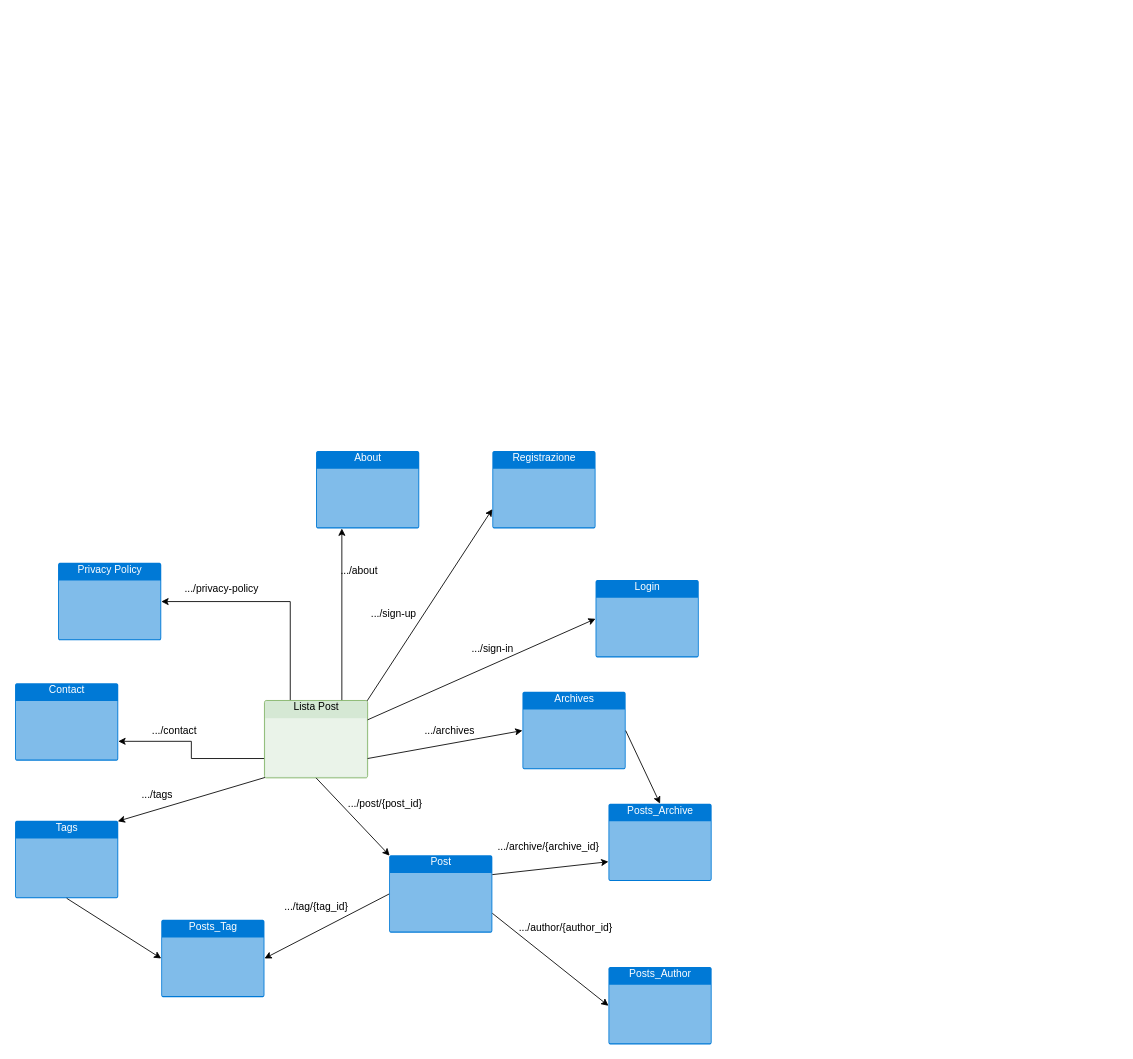
Before: page "Utenti non registrati" (1 of 3) of mappa_blog_3.0.drawio in lorenzofratini1998/ADVProgramming_Project, a draw.io diagram. Source tidied: cells renumbered, new cells numbered last; positions are measured from the earlier drawing's top-left corner, leaving out a move shared by most shapes. Both pictures are drawn from the tidied source at 86%, with x=0, y=0 at pixel (15, 451).
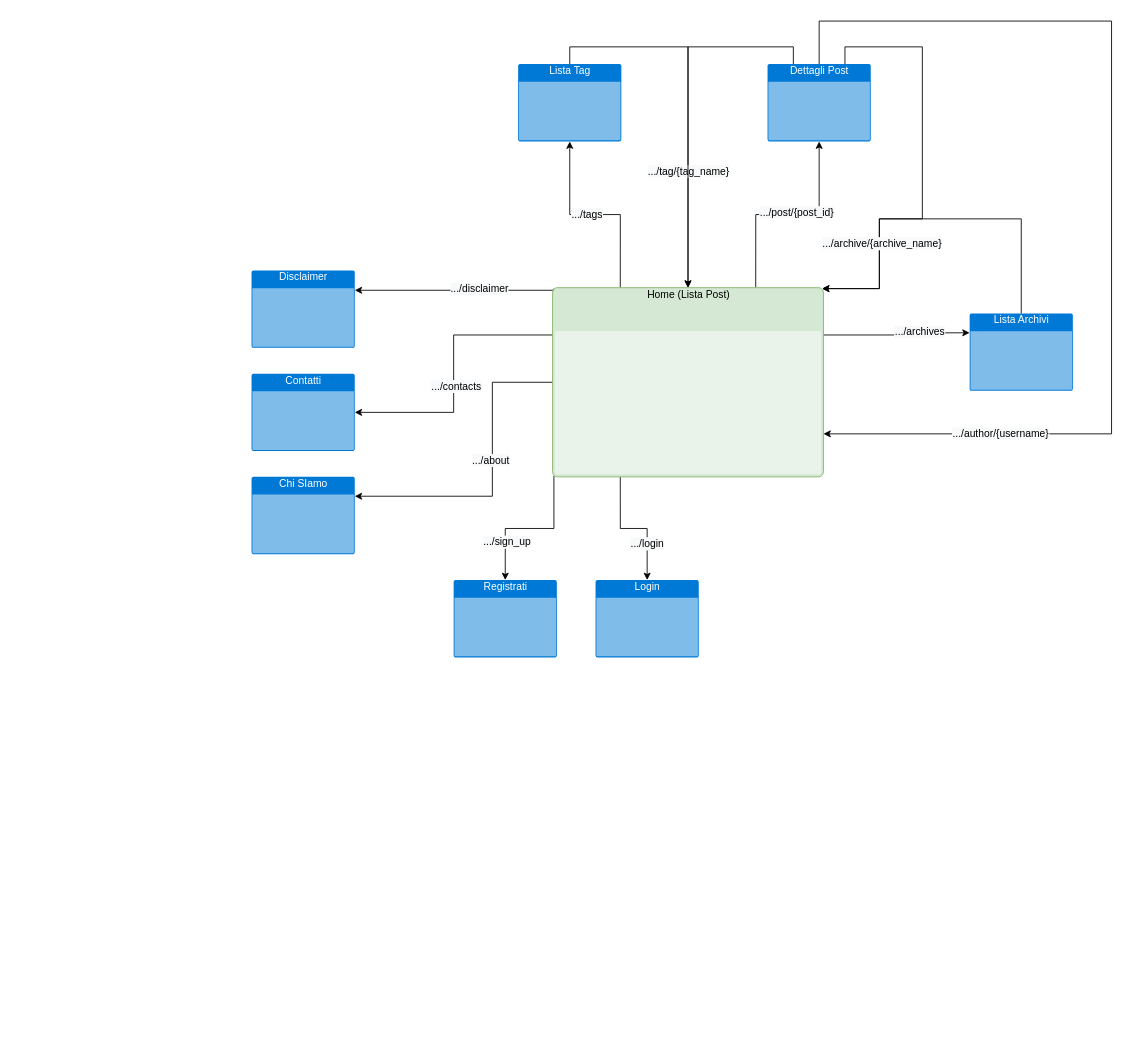
The same page after the edit.

Unchanged cells that the change refers to:
```xml
<mxCell id="16" value="Login" style="html=1;strokeColor=none;fillColor=#0079D6;labelPosition=center;verticalLabelPosition=middle;verticalAlign=top;align=center;fontSize=12;outlineConnect=0;spacingTop=-6;fontColor=#FFFFFF;shape=mxgraph.sitemap.page;" parent="1" vertex="1">
  <mxGeometry x="675" y="150" width="120" height="90" as="geometry" />
</mxCell>
```

The edit, as a diff of the source:
```diff
@@
-    <mxCell id="2" value=".../privacy-policy" style="text;html=1;align=center;verticalAlign=middle;" parent="1" vertex="1">
-      <mxGeometry x="190" y="150" width="100" height="20" as="geometry" />
-    </mxCell>
-    <mxCell id="3" style="edgeStyle=orthogonalEdgeStyle;rounded=0;jettySize=auto;html=1;exitX=0.25;exitY=0;exitDx=0;exitDy=0;exitPerimeter=0;entryX=1;entryY=0.5;entryDx=0;entryDy=0;entryPerimeter=0;" parent="1" edge="1" source="6" target="7">
-      <mxGeometry relative="1" as="geometry" />
-    </mxCell>
-    <mxCell id="4" style="edgeStyle=orthogonalEdgeStyle;rounded=0;jettySize=auto;html=1;exitX=0;exitY=0.75;exitDx=0;exitDy=0;exitPerimeter=0;entryX=1;entryY=0.75;entryDx=0;entryDy=0;entryPerimeter=0;" parent="1" edge="1" source="6" target="12">
-      <mxGeometry relative="1" as="geometry" />
-    </mxCell>
-    <mxCell id="5" style="edgeStyle=orthogonalEdgeStyle;rounded=0;jettySize=auto;html=1;exitX=0.75;exitY=0;exitDx=0;exitDy=0;exitPerimeter=0;entryX=0.25;entryY=1;entryDx=0;entryDy=0;entryPerimeter=0;" parent="1" edge="1" source="6" target="14">
-      <mxGeometry relative="1" as="geometry" />
-    </mxCell>
-    <mxCell id="6" value="Lista Post&lt;br&gt;" style="html=1;strokeColor=#82b366;fillColor=#d5e8d4;labelPosition=center;verticalLabelPosition=middle;verticalAlign=top;align=center;fontSize=12;outlineConnect=0;spacingTop=-6;shape=mxgraph.sitemap.page;" parent="1" vertex="1">
-      <mxGeometry x="290" y="290" width="120" height="90" as="geometry" />
-    </mxCell>
-    <mxCell id="7" value="Privacy Policy" style="html=1;strokeColor=none;fillColor=#0079D6;labelPosition=center;verticalLabelPosition=middle;verticalAlign=top;align=center;fontSize=12;outlineConnect=0;spacingTop=-6;fontColor=#FFFFFF;shape=mxgraph.sitemap.page;" parent="1" vertex="1">
-      <mxGeometry x="50" y="130" width="120" height="90" as="geometry" />
-    </mxCell>
-    <mxCell id="8" value="Posts_Tag" style="html=1;strokeColor=none;fillColor=#0079D6;labelPosition=center;verticalLabelPosition=middle;verticalAlign=top;align=center;fontSize=12;outlineConnect=0;spacingTop=-6;fontColor=#FFFFFF;shape=mxgraph.sitemap.page;" parent="1" vertex="1">
-      <mxGeometry x="170" y="545" width="120" height="90" as="geometry" />
-    </mxCell>
-    <mxCell id="9" value=".../tag/{tag_id}" style="text;html=1;align=center;verticalAlign=middle;" parent="1" vertex="1">
-      <mxGeometry x="305" y="520" width="90" height="20" as="geometry" />
-    </mxCell>
-    <mxCell id="10" value="Post" style="html=1;strokeColor=none;fillColor=#0079D6;labelPosition=center;verticalLabelPosition=middle;verticalAlign=top;align=center;fontSize=12;outlineConnect=0;spacingTop=-6;fontColor=#FFFFFF;shape=mxgraph.sitemap.page;" parent="1" vertex="1">
-      <mxGeometry x="435" y="470" width="120" height="90" as="geometry" />
-    </mxCell>
+    <mxCell id="38" style="edgeStyle=orthogonalEdgeStyle;rounded=0;jettySize=auto;html=1;exitX=0.005;exitY=0.005;exitDx=0;exitDy=0;exitPerimeter=0;" parent="1" edge="1" source="50" target="51">
+      <mxGeometry relative="1" as="geometry">
+        <Array as="points">
+          <mxPoint x="627" y="-187" />
+        </Array>
+      </mxGeometry>
+    </mxCell>
+    <mxCell id="39" value="&lt;span style=&quot;font-size: 12px ; background-color: rgb(248 , 249 , 250)&quot;&gt;.../disclaimer&lt;/span&gt;" style="edgeLabel;html=1;align=center;verticalAlign=middle;" parent="38" vertex="1">
+      <mxGeometry x="-0.25" y="-2" relative="1" as="geometry">
+        <mxPoint x="-1" as="offset" />
+      </mxGeometry>
+    </mxCell>
+    <mxCell id="40" style="edgeStyle=orthogonalEdgeStyle;rounded=0;jettySize=auto;html=1;exitX=0;exitY=0.25;exitDx=0;exitDy=0;exitPerimeter=0;" parent="1" edge="1" source="50" target="52">
+      <mxGeometry relative="1" as="geometry" />
+    </mxCell>
+    <mxCell id="41" value="&lt;span style=&quot;font-size: 12px ; background-color: rgb(248 , 249 , 250)&quot;&gt;.../contacts&lt;/span&gt;" style="edgeLabel;html=1;align=center;verticalAlign=middle;" parent="40" vertex="1">
+      <mxGeometry x="0.09" y="2" relative="1" as="geometry" />
+    </mxCell>
+    <mxCell id="42" style="edgeStyle=orthogonalEdgeStyle;rounded=0;jettySize=auto;html=1;exitX=0;exitY=0.5;exitDx=0;exitDy=0;exitPerimeter=0;entryX=1;entryY=0.25;entryDx=0;entryDy=0;entryPerimeter=0;" parent="1" edge="1" source="50" target="53">
+      <mxGeometry relative="1" as="geometry">
+        <Array as="points">
+          <mxPoint x="555" y="-80" />
+          <mxPoint x="555" y="52" />
+        </Array>
+      </mxGeometry>
+    </mxCell>
+    <mxCell id="15" value="&lt;span style=&quot;font-size: 12px ; background-color: rgb(248 , 249 , 250)&quot;&gt;.../about&lt;/span&gt;" style="edgeLabel;html=1;align=center;verticalAlign=middle;" parent="42" vertex="1">
+      <mxGeometry x="-0.12" y="-3" relative="1" as="geometry" />
+    </mxCell>
+    <mxCell id="43" style="edgeStyle=orthogonalEdgeStyle;rounded=0;jettySize=auto;html=1;exitX=0.25;exitY=0;exitDx=0;exitDy=0;exitPerimeter=0;" parent="1" edge="1" source="50" target="59">
+      <mxGeometry relative="1" as="geometry" />
+    </mxCell>
+    <mxCell id="29" value="&lt;span style=&quot;font-size: 12px ; background-color: rgb(248 , 249 , 250)&quot;&gt;.../tags&lt;/span&gt;" style="edgeLabel;html=1;align=center;verticalAlign=middle;" parent="43" vertex="1">
+      <mxGeometry x="0.08" y="-1" relative="1" as="geometry" />
+    </mxCell>
+    <mxCell id="44" style="edgeStyle=orthogonalEdgeStyle;rounded=0;jettySize=auto;html=1;exitX=0.75;exitY=0;exitDx=0;exitDy=0;exitPerimeter=0;entryX=0.5;entryY=1;entryDx=0;entryDy=0;entryPerimeter=0;" parent="1" edge="1" source="50" target="65">
+      <mxGeometry relative="1" as="geometry" />
+    </mxCell>
-    <mxCell id="11" value=".../post/{post_id}" style="text;html=1;align=center;verticalAlign=middle;" parent="1" vertex="1">
-      <mxGeometry x="380" y="400" width="100" height="20" as="geometry" />
+    <mxCell id="11" value="&lt;span style=&quot;font-size: 12px ; background-color: rgb(248 , 249 , 250)&quot;&gt;.../post/{post_id}&lt;/span&gt;" style="edgeLabel;html=1;align=center;verticalAlign=middle;" parent="44" vertex="1">
+      <mxGeometry x="0.08" y="3" relative="1" as="geometry" />
     </mxCell>
-    <mxCell id="12" value="Contact" style="html=1;strokeColor=none;fillColor=#0079D6;labelPosition=center;verticalLabelPosition=middle;verticalAlign=top;align=center;fontSize=12;outlineConnect=0;spacingTop=-6;fontColor=#FFFFFF;shape=mxgraph.sitemap.page;" parent="1" vertex="1">
-      <mxGeometry y="270" width="120" height="90" as="geometry" />
-    </mxCell>
-    <mxCell id="13" value=".../contact" style="text;html=1;align=center;verticalAlign=middle;" parent="1" vertex="1">
-      <mxGeometry x="150" y="315" width="70" height="20" as="geometry" />
-    </mxCell>
-    <mxCell id="14" value="About" style="html=1;strokeColor=none;fillColor=#0079D6;labelPosition=center;verticalLabelPosition=middle;verticalAlign=top;align=center;fontSize=12;outlineConnect=0;spacingTop=-6;fontColor=#FFFFFF;shape=mxgraph.sitemap.page;" parent="1" vertex="1">
-      <mxGeometry x="350" width="120" height="90" as="geometry" />
-    </mxCell>
-    <mxCell id="15" value=".../about" style="text;html=1;align=center;verticalAlign=middle;" parent="1" vertex="1">
-      <mxGeometry x="370" y="130" width="60" height="20" as="geometry" />
-    </mxCell>
+    <mxCell id="45" style="edgeStyle=orthogonalEdgeStyle;rounded=0;jettySize=auto;html=1;exitX=1;exitY=0.25;exitDx=0;exitDy=0;exitPerimeter=0;entryX=0;entryY=0.25;entryDx=0;entryDy=0;entryPerimeter=0;" parent="1" edge="1" source="50" target="56">
+      <mxGeometry relative="1" as="geometry" />
+    </mxCell>
+    <mxCell id="37" value="&lt;span style=&quot;font-size: 12px ; background-color: rgb(248 , 249 , 250)&quot;&gt;.../archives&lt;/span&gt;" style="edgeLabel;html=1;align=center;verticalAlign=middle;" parent="45" vertex="1">
+      <mxGeometry x="0.32" y="1" relative="1" as="geometry" />
+    </mxCell>
+    <mxCell id="46" style="edgeStyle=orthogonalEdgeStyle;rounded=0;jettySize=auto;html=1;exitX=0.005;exitY=0.995;exitDx=0;exitDy=0;exitPerimeter=0;entryX=0.5;entryY=0;entryDx=0;entryDy=0;entryPerimeter=0;" parent="1" edge="1" source="50" target="54">
+      <mxGeometry relative="1" as="geometry" />
+    </mxCell>
+    <mxCell id="47" value="&lt;span style=&quot;font-size: 12px ; background-color: rgb(248 , 249 , 250)&quot;&gt;.../sign_up&lt;/span&gt;" style="edgeLabel;html=1;align=center;verticalAlign=middle;" parent="46" vertex="1">
+      <mxGeometry x="0.5" y="1" relative="1" as="geometry" />
+    </mxCell>
+    <mxCell id="48" style="edgeStyle=orthogonalEdgeStyle;rounded=0;jettySize=auto;html=1;exitX=0.25;exitY=1;exitDx=0;exitDy=0;exitPerimeter=0;entryX=0.5;entryY=0;entryDx=0;entryDy=0;entryPerimeter=0;" parent="1" edge="1" source="50" target="16">
+      <mxGeometry relative="1" as="geometry" />
+    </mxCell>
+    <mxCell id="49" value="&lt;span style=&quot;font-size: 12px ; background-color: rgb(248 , 249 , 250)&quot;&gt;.../login&lt;/span&gt;" style="edgeLabel;html=1;align=center;verticalAlign=middle;" parent="48" vertex="1">
+      <mxGeometry x="0.44" y="-1" relative="1" as="geometry" />
+    </mxCell>
+    <mxCell id="50" value="Home (Lista Post)" style="html=1;strokeColor=#82b366;fillColor=#d5e8d4;labelPosition=center;verticalLabelPosition=middle;verticalAlign=top;align=center;fontSize=12;outlineConnect=0;spacingTop=-6;shape=mxgraph.sitemap.page;" parent="1" vertex="1">
+      <mxGeometry x="625" y="-190" width="315" height="220" as="geometry" />
+    </mxCell>
+    <mxCell id="51" value="Disclaimer" style="html=1;strokeColor=none;fillColor=#0079D6;labelPosition=center;verticalLabelPosition=middle;verticalAlign=top;align=center;fontSize=12;outlineConnect=0;spacingTop=-6;fontColor=#FFFFFF;shape=mxgraph.sitemap.page;" parent="1" vertex="1">
+      <mxGeometry x="275" y="-210" width="120" height="90" as="geometry" />
+    </mxCell>
+    <mxCell id="52" value="Contatti" style="html=1;strokeColor=none;fillColor=#0079D6;labelPosition=center;verticalLabelPosition=middle;verticalAlign=top;align=center;fontSize=12;outlineConnect=0;spacingTop=-6;fontColor=#FFFFFF;shape=mxgraph.sitemap.page;" parent="1" vertex="1">
+      <mxGeometry x="275" y="-90" width="120" height="90" as="geometry" />
+    </mxCell>
+    <mxCell id="53" value="Chi SIamo" style="html=1;strokeColor=none;fillColor=#0079D6;labelPosition=center;verticalLabelPosition=middle;verticalAlign=top;align=center;fontSize=12;outlineConnect=0;spacingTop=-6;fontColor=#FFFFFF;shape=mxgraph.sitemap.page;" parent="1" vertex="1">
+      <mxGeometry x="275" y="30" width="120" height="90" as="geometry" />
+    </mxCell>
@@
-    <mxCell id="17" value=".../sign-in" style="text;html=1;align=center;verticalAlign=middle;" parent="1" vertex="1">
-      <mxGeometry x="525" y="220" width="60" height="20" as="geometry" />
-    </mxCell>
-    <mxCell id="18" value="Registrazione" style="html=1;strokeColor=none;fillColor=#0079D6;labelPosition=center;verticalLabelPosition=middle;verticalAlign=top;align=center;fontSize=12;outlineConnect=0;spacingTop=-6;fontColor=#FFFFFF;shape=mxgraph.sitemap.page;" parent="1" vertex="1">
-      <mxGeometry x="555" width="120" height="90" as="geometry" />
-    </mxCell>
-    <mxCell id="19" style="endArrow=classic;html=1;entryX=0;entryY=0.75;entryDx=0;entryDy=0;entryPerimeter=0;exitX=0.995;exitY=0.005;exitDx=0;exitDy=0;exitPerimeter=0;" parent="1" edge="1" source="6" target="18">
-      <mxGeometry relative="1" as="geometry" />
-    </mxCell>
-    <mxCell id="20" value=".../sign-up" style="text;html=1;align=center;verticalAlign=middle;" parent="1" vertex="1">
-      <mxGeometry x="405" y="180" width="70" height="20" as="geometry" />
-    </mxCell>
-    <mxCell id="21" value="Posts_Author" style="html=1;strokeColor=none;fillColor=#0079D6;labelPosition=center;verticalLabelPosition=middle;verticalAlign=top;align=center;fontSize=12;outlineConnect=0;spacingTop=-6;fontColor=#FFFFFF;shape=mxgraph.sitemap.page;" parent="1" vertex="1">
-      <mxGeometry x="690" y="600" width="120" height="90" as="geometry" />
-    </mxCell>
-    <mxCell id="22" value="Posts_Archive" style="html=1;strokeColor=none;fillColor=#0079D6;labelPosition=center;verticalLabelPosition=middle;verticalAlign=top;align=center;fontSize=12;outlineConnect=0;spacingTop=-6;fontColor=#FFFFFF;shape=mxgraph.sitemap.page;" parent="1" vertex="1">
-      <mxGeometry x="690" y="410" width="120" height="90" as="geometry" />
-    </mxCell>
-    <mxCell id="23" value=".../archive/{archive_id}" style="text;html=1;align=center;verticalAlign=middle;" parent="1" vertex="1">
-      <mxGeometry x="555" y="450" width="130" height="20" as="geometry" />
-    </mxCell>
-    <mxCell id="24" value=".../author/{author_id}" style="text;html=1;align=center;verticalAlign=middle;" parent="1" vertex="1">
-      <mxGeometry x="580" y="545" width="120" height="20" as="geometry" />
-    </mxCell>
-    <mxCell id="25" style="endArrow=classic;html=1;exitX=1;exitY=0.25;exitDx=0;exitDy=0;exitPerimeter=0;entryX=0;entryY=0.5;entryDx=0;entryDy=0;entryPerimeter=0;" parent="1" edge="1" source="6" target="16">
-      <mxGeometry relative="1" as="geometry" />
-    </mxCell>
-    <mxCell id="26" value="Tags" style="html=1;strokeColor=none;fillColor=#0079D6;labelPosition=center;verticalLabelPosition=middle;verticalAlign=top;align=center;fontSize=12;outlineConnect=0;spacingTop=-6;fontColor=#FFFFFF;shape=mxgraph.sitemap.page;" parent="1" vertex="1">
-      <mxGeometry y="430" width="120" height="90" as="geometry" />
-    </mxCell>
-    <mxCell id="27" style="endArrow=classic;html=1;exitX=0;exitY=0.5;exitDx=0;exitDy=0;exitPerimeter=0;entryX=1;entryY=0.5;entryDx=0;entryDy=0;entryPerimeter=0;" parent="1" edge="1" source="10" target="8">
-      <mxGeometry relative="1" as="geometry" />
-    </mxCell>
-    <mxCell id="28" style="endArrow=classic;html=1;exitX=0.005;exitY=0.995;exitDx=0;exitDy=0;exitPerimeter=0;entryX=0.995;entryY=0.005;entryDx=0;entryDy=0;entryPerimeter=0;" parent="1" edge="1" source="6" target="26">
-      <mxGeometry relative="1" as="geometry" />
-    </mxCell>
-    <mxCell id="29" value=".../tags" style="text;html=1;align=center;verticalAlign=middle;" parent="1" vertex="1">
-      <mxGeometry x="140" y="390" width="50" height="20" as="geometry" />
-    </mxCell>
-    <mxCell id="30" style="endArrow=classic;html=1;exitX=0.5;exitY=1;exitDx=0;exitDy=0;exitPerimeter=0;entryX=0;entryY=0.5;entryDx=0;entryDy=0;entryPerimeter=0;" parent="1" edge="1" source="26" target="8">
-      <mxGeometry relative="1" as="geometry" />
-    </mxCell>
-    <mxCell id="31" style="endArrow=classic;html=1;exitX=0.5;exitY=1;exitDx=0;exitDy=0;exitPerimeter=0;entryX=0.005;entryY=0.005;entryDx=0;entryDy=0;entryPerimeter=0;" parent="1" edge="1" source="6" target="10">
-      <mxGeometry relative="1" as="geometry" />
-    </mxCell>
-    <mxCell id="32" style="endArrow=classic;html=1;exitX=1;exitY=0.75;exitDx=0;exitDy=0;exitPerimeter=0;entryX=0;entryY=0.5;entryDx=0;entryDy=0;entryPerimeter=0;" parent="1" edge="1" source="10" target="21">
-      <mxGeometry relative="1" as="geometry" />
-    </mxCell>
-    <mxCell id="33" style="endArrow=classic;html=1;exitX=1;exitY=0.25;exitDx=0;exitDy=0;exitPerimeter=0;entryX=0;entryY=0.75;entryDx=0;entryDy=0;entryPerimeter=0;" parent="1" edge="1" source="10" target="22">
-      <mxGeometry relative="1" as="geometry" />
-    </mxCell>
-    <mxCell id="34" value="Archives" style="html=1;strokeColor=none;fillColor=#0079D6;labelPosition=center;verticalLabelPosition=middle;verticalAlign=top;align=center;fontSize=12;outlineConnect=0;spacingTop=-6;fontColor=#FFFFFF;shape=mxgraph.sitemap.page;" parent="1" vertex="1">
-      <mxGeometry x="590" y="280" width="120" height="90" as="geometry" />
-    </mxCell>
-    <mxCell id="35" style="endArrow=classic;html=1;exitX=1;exitY=0.75;exitDx=0;exitDy=0;exitPerimeter=0;entryX=0;entryY=0.5;entryDx=0;entryDy=0;entryPerimeter=0;" parent="1" edge="1" source="6" target="34">
-      <mxGeometry relative="1" as="geometry" />
-    </mxCell>
-    <mxCell id="36" style="endArrow=classic;html=1;exitX=1;exitY=0.5;exitDx=0;exitDy=0;exitPerimeter=0;entryX=0.5;entryY=0;entryDx=0;entryDy=0;entryPerimeter=0;" parent="1" edge="1" source="34" target="22">
-      <mxGeometry relative="1" as="geometry" />
-    </mxCell>
-    <mxCell id="37" value=".../archives" style="text;html=1;align=center;verticalAlign=middle;" parent="1" vertex="1">
-      <mxGeometry x="470" y="315" width="70" height="20" as="geometry" />
-    </mxCell>
+    <mxCell id="54" value="Registrati" style="html=1;strokeColor=none;fillColor=#0079D6;labelPosition=center;verticalLabelPosition=middle;verticalAlign=top;align=center;fontSize=12;outlineConnect=0;spacingTop=-6;fontColor=#FFFFFF;shape=mxgraph.sitemap.page;" parent="1" vertex="1">
+      <mxGeometry x="510" y="150" width="120" height="90" as="geometry" />
+    </mxCell>
+    <mxCell id="55" style="edgeStyle=orthogonalEdgeStyle;rounded=0;jettySize=auto;html=1;exitX=0.5;exitY=0;exitDx=0;exitDy=0;exitPerimeter=0;entryX=0.995;entryY=0.005;entryDx=0;entryDy=0;entryPerimeter=0;" parent="1" edge="1" source="56" target="50">
+      <mxGeometry relative="1" as="geometry">
+        <Array as="points">
+          <mxPoint x="1170" y="-270" />
+          <mxPoint x="1005" y="-270" />
+          <mxPoint x="1005" y="-189" />
+        </Array>
+      </mxGeometry>
+    </mxCell>
+    <mxCell id="56" value="Lista Archivi" style="html=1;strokeColor=none;fillColor=#0079D6;labelPosition=center;verticalLabelPosition=middle;verticalAlign=top;align=center;fontSize=12;outlineConnect=0;spacingTop=-6;fontColor=#FFFFFF;shape=mxgraph.sitemap.page;" parent="1" vertex="1">
+      <mxGeometry x="1110" y="-160" width="120" height="90" as="geometry" />
+    </mxCell>
+    <mxCell id="57" style="edgeStyle=orthogonalEdgeStyle;rounded=0;jettySize=auto;html=1;exitX=0.5;exitY=0;exitDx=0;exitDy=0;exitPerimeter=0;" parent="1" edge="1" source="59" target="50">
+      <mxGeometry relative="1" as="geometry" />
+    </mxCell>
+    <mxCell id="58" value="&lt;span style=&quot;font-size: 12px ; background-color: rgb(248 , 249 , 250)&quot;&gt;.../tag/{tag_name}&lt;/span&gt;" style="edgeLabel;html=1;align=center;verticalAlign=middle;" parent="57" vertex="1">
+      <mxGeometry x="0.38" relative="1" as="geometry" />
+    </mxCell>
+    <mxCell id="59" value="Lista Tag" style="html=1;strokeColor=none;fillColor=#0079D6;labelPosition=center;verticalLabelPosition=middle;verticalAlign=top;align=center;fontSize=12;outlineConnect=0;spacingTop=-6;fontColor=#FFFFFF;shape=mxgraph.sitemap.page;" parent="1" vertex="1">
+      <mxGeometry x="585" y="-450" width="120" height="90" as="geometry" />
+    </mxCell>
+    <mxCell id="60" style="edgeStyle=orthogonalEdgeStyle;rounded=0;jettySize=auto;html=1;exitX=0.25;exitY=0;exitDx=0;exitDy=0;exitPerimeter=0;entryX=0.5;entryY=0;entryDx=0;entryDy=0;entryPerimeter=0;" parent="1" edge="1" source="65" target="50">
+      <mxGeometry relative="1" as="geometry" />
+    </mxCell>
+    <mxCell id="61" style="edgeStyle=orthogonalEdgeStyle;rounded=0;jettySize=auto;html=1;exitX=0.75;exitY=0;exitDx=0;exitDy=0;exitPerimeter=0;entryX=0.995;entryY=0.005;entryDx=0;entryDy=0;entryPerimeter=0;" parent="1" edge="1" source="65" target="50">
+      <mxGeometry relative="1" as="geometry">
+        <Array as="points">
+          <mxPoint x="965" y="-470" />
+          <mxPoint x="1055" y="-470" />
+          <mxPoint x="1055" y="-270" />
+          <mxPoint x="1005" y="-270" />
+          <mxPoint x="1005" y="-189" />
+        </Array>
+      </mxGeometry>
+    </mxCell>
+    <mxCell id="62" value="&lt;span style=&quot;font-size: 12px ; background-color: rgb(248 , 249 , 250)&quot;&gt;.../archive/{archive_name}&lt;/span&gt;" style="edgeLabel;html=1;align=center;verticalAlign=middle;" parent="61" vertex="1">
+      <mxGeometry x="0.53" y="2" relative="1" as="geometry" />
+    </mxCell>
+    <mxCell id="63" style="edgeStyle=orthogonalEdgeStyle;rounded=0;jettySize=auto;html=1;exitX=0.5;exitY=0;exitDx=0;exitDy=0;exitPerimeter=0;" parent="1" edge="1" source="65">
+      <mxGeometry relative="1" as="geometry">
+        <mxPoint x="940" y="-20" as="targetPoint" />
+        <Array as="points">
+          <mxPoint x="935" y="-500" />
+          <mxPoint x="1275" y="-500" />
+          <mxPoint x="1275" y="-20" />
+          <mxPoint x="940" y="-20" />
+        </Array>
+      </mxGeometry>
+    </mxCell>
+    <mxCell id="64" value="&lt;span style=&quot;font-size: 12px ; background-color: rgb(248 , 249 , 250)&quot;&gt;.../author/{username}&lt;/span&gt;" style="edgeLabel;html=1;align=center;verticalAlign=middle;" parent="63" vertex="1">
+      <mxGeometry x="0.66" y="-1" relative="1" as="geometry" />
+    </mxCell>
+    <mxCell id="65" value="Dettagli Post" style="html=1;strokeColor=none;fillColor=#0079D6;labelPosition=center;verticalLabelPosition=middle;verticalAlign=top;align=center;fontSize=12;outlineConnect=0;spacingTop=-6;fontColor=#FFFFFF;shape=mxgraph.sitemap.page;" parent="1" vertex="1">
+      <mxGeometry x="875" y="-450" width="120" height="90" as="geometry" />
+    </mxCell>
```
